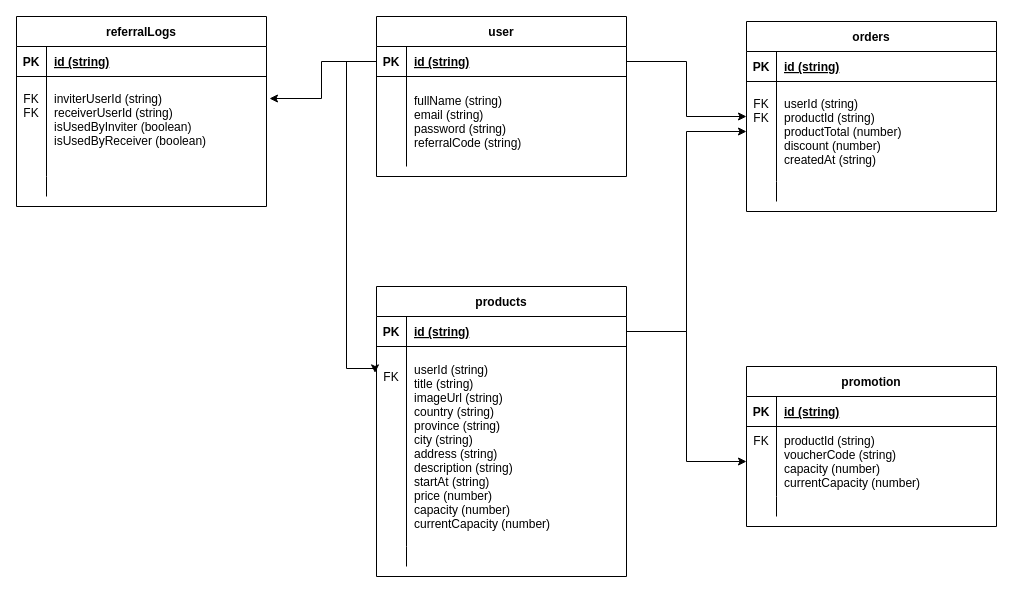
Earlier version of the draw.io diagram src/utils/erd.drawio (panjiarlins/events-tickets-marketplace). Source tidied: cells renumbered, new cells numbered last; positions are measured from the earlier drawing's top-left corner, leaving out a move shared by most shapes. Both pictures are drawn from the tidied source at 100%, with x=0, y=0 at pixel (16, 16).
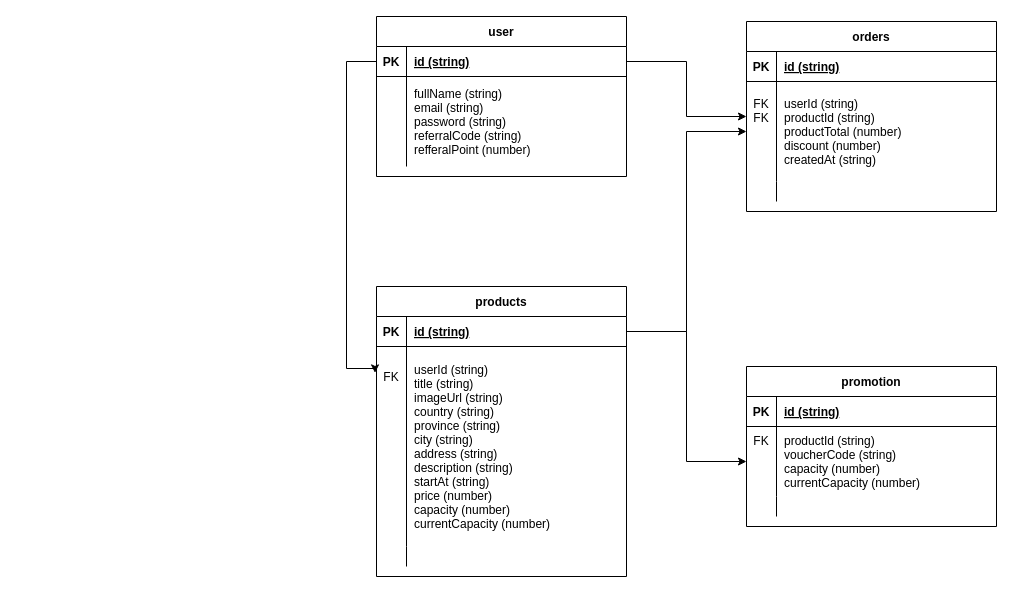
After the change.

Unchanged cells that the change refers to:
```xml
<mxCell id="23" style="shape=partialRectangle;fillColor=none;points=[[0,0.5],[1,0.5]];portConstraint=eastwest;top=0;left=0;right=0;bottom=1;" parent="22" vertex="1">
  <mxGeometry y="30" width="250" height="30" as="geometry" />
</mxCell>
<mxCell id="26" style="shape=partialRectangle;fillColor=none;top=0;left=0;right=0;bottom=0;" parent="22" vertex="1">
  <mxGeometry y="60" width="250" height="90" as="geometry" />
</mxCell>
```

What changed in the source:
```diff
@@
-    <mxCell id="28" value="fullName (string)&#10;email (string)&#10;password (string)&#10;referralCode (string)" style="shape=partialRectangle;overflow=hidden;fillColor=none;top=0;left=0;bottom=0;right=0;align=left;spacingLeft=6;" parent="26" vertex="1">
+    <mxCell id="28" value="fullName (string)&#10;email (string)&#10;password (string)&#10;referralCode (string)&#10;refferalPoint (number)" style="shape=partialRectangle;overflow=hidden;fillColor=none;top=0;left=0;bottom=0;right=0;align=left;spacingLeft=6;" parent="26" vertex="1">
       <mxGeometry x="30" width="220" height="90" as="geometry" />
     </mxCell>
@@
-    <mxCell id="42" value="referralLogs" style="shape=table;startSize=30;childLayout=tableLayout;rowLines=0;fontStyle=1;align=center;" parent="1" vertex="1">
-      <mxGeometry width="250" height="190" as="geometry" />
-    </mxCell>
-    <mxCell id="43" style="shape=partialRectangle;fillColor=none;top=0;left=0;right=0;bottom=1;" parent="42" vertex="1">
-      <mxGeometry y="30" width="250" height="30" as="geometry" />
-    </mxCell>
-    <mxCell id="44" value="PK" style="shape=partialRectangle;overflow=hidden;fillColor=none;top=0;left=0;bottom=0;right=0;fontStyle=1;" parent="43" vertex="1">
-      <mxGeometry width="30" height="30" as="geometry" />
-    </mxCell>
-    <mxCell id="45" value="id (string)" style="shape=partialRectangle;overflow=hidden;fillColor=none;top=0;left=0;bottom=0;right=0;align=left;spacingLeft=6;fontStyle=5;" parent="43" vertex="1">
-      <mxGeometry x="30" width="220" height="30" as="geometry" />
-    </mxCell>
-    <mxCell id="46" style="shape=partialRectangle;fillColor=none;points=[[0,0.5],[1,0.5]];portConstraint=eastwest;top=0;left=0;right=0;bottom=0;" parent="42" vertex="1">
-      <mxGeometry y="60" width="250" height="100" as="geometry" />
-    </mxCell>
-    <mxCell id="47" value="FK&#10;FK&#10;&#10;&#10;" style="shape=partialRectangle;overflow=hidden;fillColor=none;top=0;left=0;bottom=0;right=0;" parent="46" vertex="1">
-      <mxGeometry width="30" height="100" as="geometry" />
-    </mxCell>
-    <mxCell id="48" value="inviterUserId (string)&#10;receiverUserId (string)&#10;isUsedByInviter (boolean)&#10;isUsedByReceiver (boolean)&#10;" style="shape=partialRectangle;overflow=hidden;fillColor=none;top=0;left=0;bottom=0;right=0;align=left;spacingLeft=6;" parent="46" vertex="1">
-      <mxGeometry x="30" width="220" height="100" as="geometry" />
-    </mxCell>
-    <mxCell id="49" style="shape=partialRectangle;fillColor=none;top=0;left=0;right=0;bottom=0;" parent="42" vertex="1">
-      <mxGeometry y="160" width="250" height="20" as="geometry" />
-    </mxCell>
-    <mxCell id="50" style="shape=partialRectangle;overflow=hidden;fillColor=none;top=0;left=0;bottom=0;right=0;" parent="49" vertex="1">
-      <mxGeometry width="30" height="20" as="geometry" />
-    </mxCell>
-    <mxCell id="51" style="shape=partialRectangle;overflow=hidden;fillColor=none;top=0;left=0;bottom=0;right=0;align=left;spacingLeft=6;" parent="49" vertex="1">
-      <mxGeometry x="30" width="220" height="20" as="geometry" />
-    </mxCell>
@@
-    <mxCell id="53" style="edgeStyle=orthogonalEdgeStyle;rounded=0;jettySize=auto;html=1;exitX=0;exitY=0.5;exitDx=0;exitDy=0;entryX=1.012;entryY=0.22;entryDx=0;entryDy=0;entryPerimeter=0;" parent="1" edge="1" source="23" target="46">
-      <mxGeometry relative="1" as="geometry" />
-    </mxCell>
```
